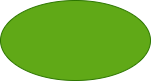
The draw.io diagram explore/diagramming/diagram.drawio.png in StevenSchaeffer/fa21-cse110-lab4, before a commit. Source tidied: cells renumbered, new cells last; positions are measured from the earlier drawing's top-left corner, leaving out a move shared by most shapes. Source of this version:
```xml
<mxGraphModel>
  <root>
    <mxCell id="0" />
    <mxCell id="1" parent="0" />
    <mxCell id="2" style="ellipse;whiteSpace=wrap;html=1;fillColor=#60a917;strokeColor=#2D7600;fontColor=#ffffff;" parent="1" vertex="1">
      <mxGeometry width="150" height="80" as="geometry" />
    </mxCell>
  </root>
</mxGraphModel>
```
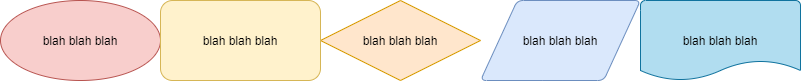
The same diagram one commit later.

Change to the diagram source:
```diff
@@ -2,8 +2,20 @@
   <root>
     <mxCell id="0" />
     <mxCell id="1" parent="0" />
-    <mxCell id="2" style="ellipse;whiteSpace=wrap;html=1;fillColor=#60a917;strokeColor=#2D7600;fontColor=#ffffff;" parent="1" vertex="1">
-      <mxGeometry width="150" height="80" as="geometry" />
+    <mxCell id="2" value="&lt;font color=&quot;#000000&quot;&gt;blah blah blah&lt;/font&gt;" style="ellipse;whiteSpace=wrap;html=1;fillColor=#f8cecc;strokeColor=#b85450;" parent="1" vertex="1">
+      <mxGeometry width="160" height="80" as="geometry" />
     </mxCell>
+    <mxCell id="3" value="&lt;font color=&quot;#000000&quot;&gt;blah blah blah&lt;/font&gt;" style="rhombus;whiteSpace=wrap;html=1;fillColor=#ffe6cc;strokeColor=#d79b00;" parent="1" vertex="1">
+      <mxGeometry x="320" width="160" height="80" as="geometry" />
+    </mxCell>
+    <mxCell id="4" value="&lt;font color=&quot;#000000&quot;&gt;blah blah blah&lt;/font&gt;" style="rounded=1;whiteSpace=wrap;html=1;fillColor=#fff2cc;strokeColor=#d6b656;direction=east;" parent="1" vertex="1">
+      <mxGeometry x="160" width="160" height="80" as="geometry" />
+    </mxCell>
+    <mxCell id="5" value="&lt;font color=&quot;#000000&quot;&gt;blah blah blah&lt;/font&gt;" style="shape=parallelogram;html=1;strokeWidth=1;perimeter=parallelogramPerimeter;whiteSpace=wrap;rounded=1;arcSize=12;size=0.23;fillColor=#dae8fc;strokeColor=#6c8ebf;" parent="1" vertex="1">
+      <mxGeometry x="480" width="160" height="80" as="geometry" />
+    </mxCell>
+    <mxCell id="6" value="&lt;font color=&quot;#000000&quot;&gt;blah blah blah&lt;/font&gt;" style="strokeWidth=1;html=1;shape=mxgraph.flowchart.document2;whiteSpace=wrap;size=0.25;fillColor=#b1ddf0;strokeColor=#10739e;" parent="1" vertex="1">
+      <mxGeometry x="640" width="160" height="80" as="geometry" />
+    </mxCell>
   </root>
 </mxGraphModel>
```
